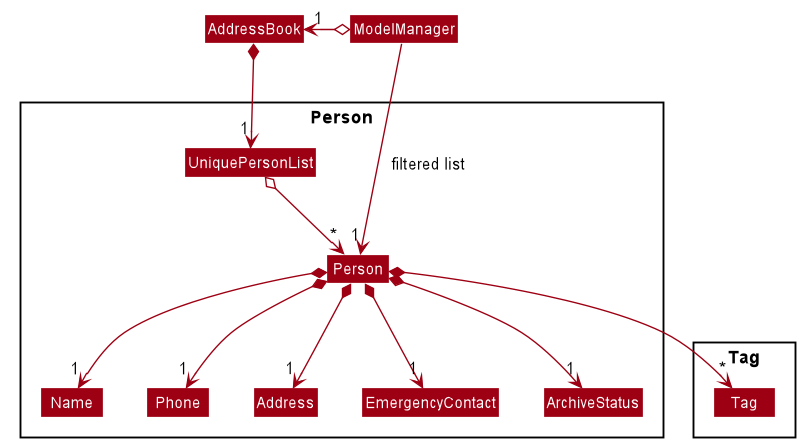
nus-cs2103-AY2021S1/tp keeps this PlantUML diagram as docs/images/PersonModelClassDiagram.png. Above is the earlier version. Its source is kept beside it as docs/diagrams/PersonModelClassDiagram.puml.
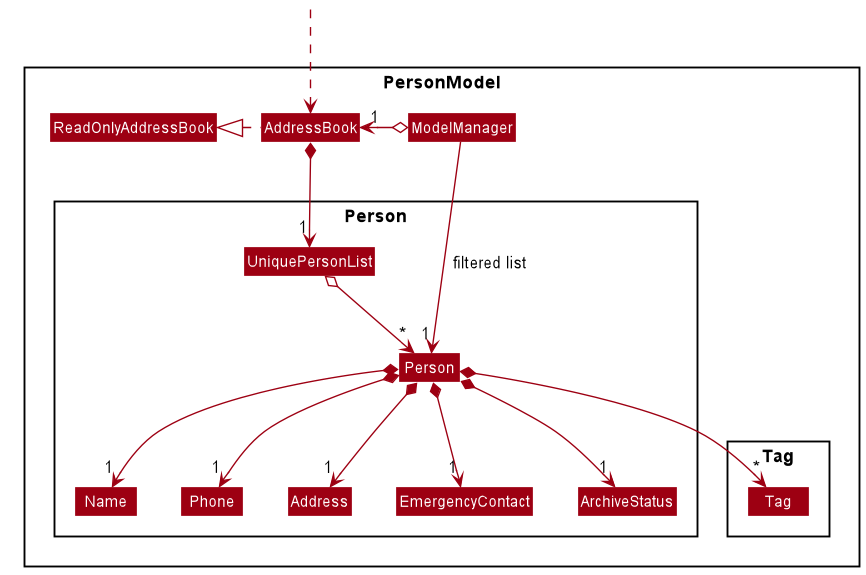
After the commit.

Commit message:
Update PersonModel Class disgram.

What changed in the source:
```diff
@@ -3,6 +3,11 @@
 skinparam arrowThickness 1.1
 skinparam arrowColor MODEL_COLOR
 skinparam classBackgroundColor MODEL_COLOR
+
+Package PersonModel <<Rectangle>>{
+Class ModelManager
+Class AddressBook
+Class ReadOnlyAddressBook
 
 Package Person {
 Class Person
@@ -17,8 +22,11 @@
 Package Tag {
 Class Tag
 }
+}
+Class HiddenOutside #FFFFFF
+HiddenOutside ..> AddressBook
 
-
+AddressBook .left.|> ReadOnlyAddressBook
 AddressBook *--> "1" UniquePersonList
 UniquePersonList o--> "*" Person
 ModelManager o-left-> "1" AddressBook
```
